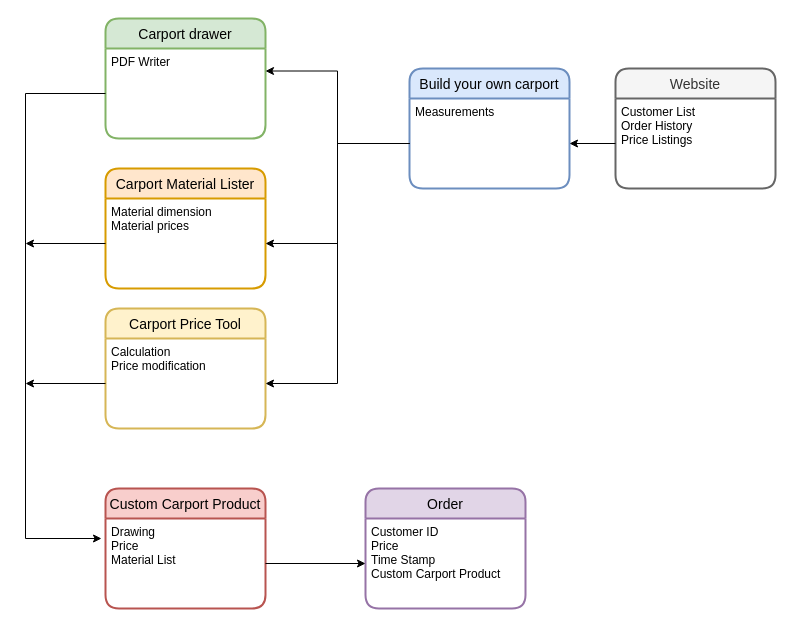
Before: DomainModel.drawio in KD131/2.-Semester-Flow-5-Fog-projekt, a draw.io diagram. Source tidied: cells renumbered, new cells numbered last; positions are measured from the earlier drawing's top-left corner, leaving out a move shared by most shapes. Both pictures are drawn from the tidied source at 100%, with x=0, y=0 at pixel (25, 18).
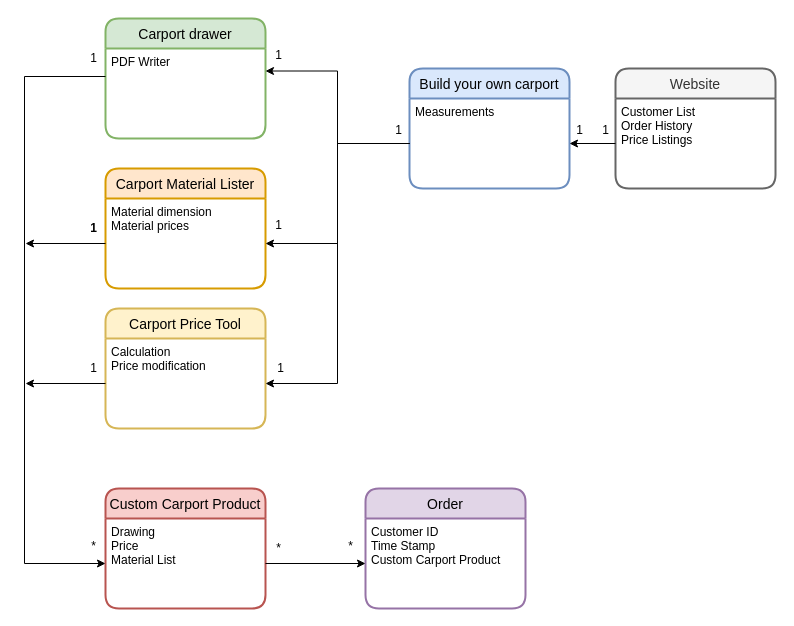
Above is the later version.

The change refers to these unchanged cells:
```xml
<mxCell id="8" value="PDF Writer&#10;" style="align=left;strokeColor=none;fillColor=none;spacingLeft=4;fontSize=12;verticalAlign=top;" parent="7" vertex="1">
  <mxGeometry y="30" width="160" height="90" as="geometry" />
</mxCell>
<mxCell id="17" value="Drawing&#10;Price&#10;Material List" style="align=left;strokeColor=none;fillColor=none;spacingLeft=4;fontSize=12;verticalAlign=top;" parent="16" vertex="1">
  <mxGeometry y="30" width="160" height="90" as="geometry" />
</mxCell>
<mxCell id="21" value="Order" style="swimlane;horizontal=1;startSize=30;rounded=1;fontSize=14;fontStyle=0;strokeWidth=2;shadow=0;dashed=0;align=center;fillColor=#e1d5e7;strokeColor=#9673a6;" parent="1" vertex="1">
  <mxGeometry x="340" y="470" width="160" height="120" as="geometry" />
</mxCell>
```

Change to the diagram source:
```diff
@@
-    <mxCell id="18" style="edgeStyle=orthogonalEdgeStyle;rounded=0;jettySize=auto;html=1;" parent="1" edge="1" source="8">
-      <mxGeometry relative="1" as="geometry">
-        <mxPoint x="76" y="520" as="targetPoint" />
-        <Array as="points">
-          <mxPoint y="75" />
-          <mxPoint y="520" />
-          <mxPoint x="76" y="520" />
-        </Array>
-      </mxGeometry>
-    </mxCell>
@@
-    <mxCell id="22" value="Customer ID&#10;Price&#10;Time Stamp&#10;Custom Carport Product" style="align=left;strokeColor=none;fillColor=none;spacingLeft=4;fontSize=12;verticalAlign=top;" parent="21" vertex="1">
+    <mxCell id="22" value="Customer ID&#10;Time Stamp&#10;Custom Carport Product" style="align=left;strokeColor=none;fillColor=none;spacingLeft=4;fontSize=12;verticalAlign=top;" parent="21" vertex="1">
       <mxGeometry y="30" width="160" height="90" as="geometry" />
     </mxCell>
@@
+    <mxCell id="24" value="1" style="text;html=1;strokeColor=none;fillColor=none;align=center;verticalAlign=middle;whiteSpace=wrap;rounded=0;" parent="1" vertex="1">
+      <mxGeometry x="573" y="102" width="15" height="20" as="geometry" />
+    </mxCell>
+    <mxCell id="25" value="1" style="text;html=1;strokeColor=none;fillColor=none;align=center;verticalAlign=middle;whiteSpace=wrap;rounded=0;" parent="1" vertex="1">
+      <mxGeometry x="547" y="102" width="15" height="20" as="geometry" />
+    </mxCell>
+    <mxCell id="26" value="1" style="text;html=1;strokeColor=none;fillColor=none;align=center;verticalAlign=middle;whiteSpace=wrap;rounded=0;" parent="1" vertex="1">
+      <mxGeometry x="366" y="102" width="15" height="20" as="geometry" />
+    </mxCell>
+    <mxCell id="27" value="1" style="text;html=1;strokeColor=none;fillColor=none;align=center;verticalAlign=middle;whiteSpace=wrap;rounded=0;" parent="1" vertex="1">
+      <mxGeometry x="246" y="27" width="15" height="20" as="geometry" />
+    </mxCell>
+    <mxCell id="28" value="1" style="text;html=1;strokeColor=none;fillColor=none;align=center;verticalAlign=middle;whiteSpace=wrap;rounded=0;" parent="1" vertex="1">
+      <mxGeometry x="246" y="197" width="15" height="20" as="geometry" />
+    </mxCell>
+    <mxCell id="29" value="1" style="text;html=1;strokeColor=none;fillColor=none;align=center;verticalAlign=middle;whiteSpace=wrap;rounded=0;" parent="1" vertex="1">
+      <mxGeometry x="248" y="340" width="15" height="20" as="geometry" />
+    </mxCell>
+    <mxCell id="30" value="*" style="text;html=1;strokeColor=none;fillColor=none;align=center;verticalAlign=middle;whiteSpace=wrap;rounded=0;" parent="1" vertex="1">
+      <mxGeometry x="61" y="518" width="15" height="20" as="geometry" />
+    </mxCell>
+    <mxCell id="31" value="*" style="text;html=1;strokeColor=none;fillColor=none;align=center;verticalAlign=middle;whiteSpace=wrap;rounded=0;" parent="1" vertex="1">
+      <mxGeometry x="318" y="518" width="15" height="20" as="geometry" />
+    </mxCell>
+    <mxCell id="32" value="*" style="text;html=1;strokeColor=none;fillColor=none;align=center;verticalAlign=middle;whiteSpace=wrap;rounded=0;" parent="1" vertex="1">
+      <mxGeometry x="246" y="520" width="15" height="20" as="geometry" />
+    </mxCell>
+    <mxCell id="33" value="1" style="text;html=1;strokeColor=none;fillColor=none;align=center;verticalAlign=middle;whiteSpace=wrap;rounded=0;" parent="1" vertex="1">
+      <mxGeometry x="61" y="340" width="15" height="20" as="geometry" />
+    </mxCell>
+    <mxCell id="34" value="1" style="text;html=1;strokeColor=none;fillColor=none;align=center;verticalAlign=middle;whiteSpace=wrap;rounded=0;fontStyle=1;" parent="1" vertex="1">
+      <mxGeometry x="61" y="200" width="15" height="20" as="geometry" />
+    </mxCell>
+    <mxCell id="35" value="1" style="text;html=1;strokeColor=none;fillColor=none;align=center;verticalAlign=middle;whiteSpace=wrap;rounded=0;" parent="1" vertex="1">
+      <mxGeometry x="61" y="30" width="15" height="20" as="geometry" />
+    </mxCell>
+    <mxCell id="36" style="edgeStyle=orthogonalEdgeStyle;rounded=0;jettySize=auto;html=1;entryX=0;entryY=0.5;entryDx=0;entryDy=0;" parent="1" edge="1" source="8" target="17">
+      <mxGeometry relative="1" as="geometry">
+        <Array as="points">
+          <mxPoint x="-1" y="58" />
+          <mxPoint x="-1" y="545" />
+        </Array>
+      </mxGeometry>
+    </mxCell>
```
